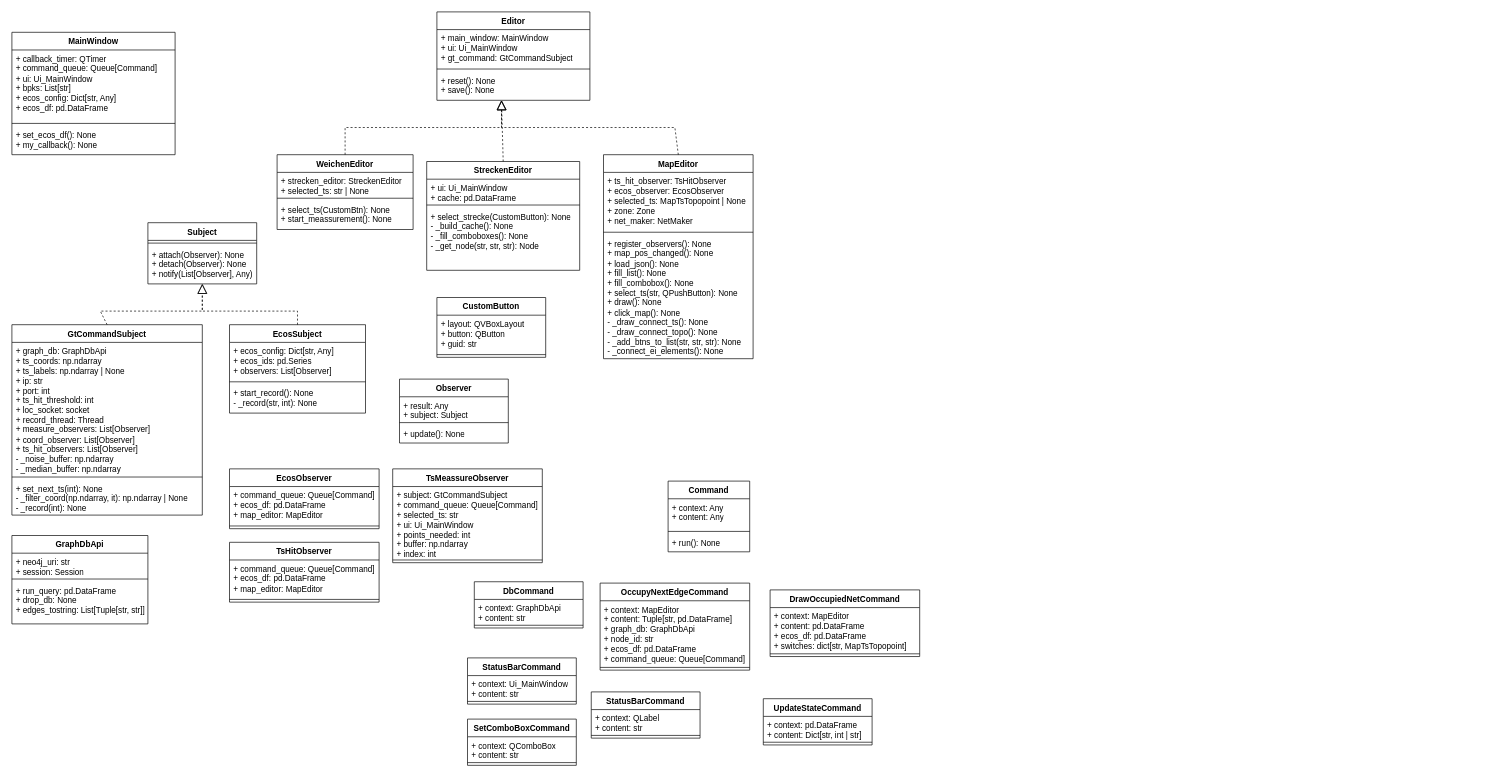
Before: structural/Untitled Diagram.drawio in pascalreiss/draw_io_stuff, a draw.io diagram. Source tidied: cells renumbered, new cells numbered last; positions are measured from the earlier drawing's top-left corner, leaving out a move shared by most shapes. Both pictures are drawn from the tidied source at 68%, with x=0, y=0 at pixel (12, 12).
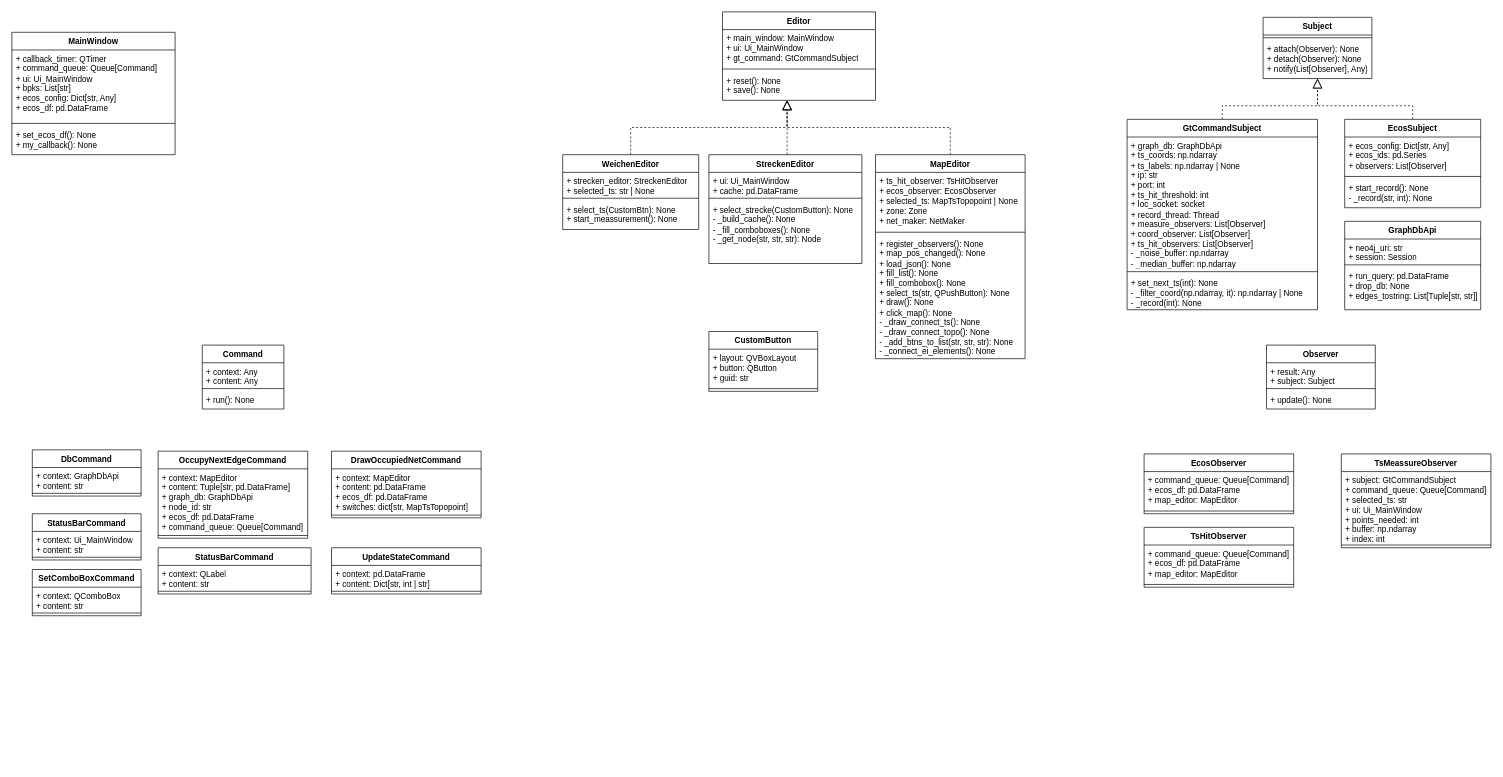
The same page after the edit.

Commit message:
Split into 3 parts to be used in report

Change to the diagram source:
```diff
@@
     <mxCell id="2" value="GraphDbApi" style="swimlane;fontStyle=1;align=center;verticalAlign=top;horizontal=1;startSize=26;whiteSpace=wrap;html=1;" parent="1" vertex="1">
-      <mxGeometry y="770" width="200" height="130" as="geometry" />
+      <mxGeometry x="1960" y="308" width="200" height="130" as="geometry" />
     </mxCell>
@@
     <mxCell id="10" value="Command" style="swimlane;fontStyle=1;align=center;verticalAlign=top;horizontal=1;startSize=26;whiteSpace=wrap;html=1;" parent="1" vertex="1">
-      <mxGeometry x="965" y="690" width="120" height="104" as="geometry" />
+      <mxGeometry x="280" y="490" width="120" height="94" as="geometry" />
     </mxCell>
     <mxCell id="11" value="+ context: Any&lt;br&gt;+ content: Any" style="text;strokeColor=none;fillColor=none;align=left;verticalAlign=top;spacingLeft=4;spacingRight=4;overflow=hidden;whiteSpace=wrap;html=1;" parent="10" vertex="1">
-      <mxGeometry y="26" width="120" height="44" as="geometry" />
+      <mxGeometry y="26" width="120" height="34" as="geometry" />
     </mxCell>
     <mxCell id="12" style="line;strokeWidth=1;fillColor=none;align=left;verticalAlign=middle;spacingTop=-1;spacingLeft=3;spacingRight=3;labelPosition=right;strokeColor=inherit;" parent="10" vertex="1">
-      <mxGeometry y="70" width="120" height="8" as="geometry" />
+      <mxGeometry y="60" width="120" height="8" as="geometry" />
     </mxCell>
     <mxCell id="13" value="+ run(): None" style="text;strokeColor=none;fillColor=none;align=left;verticalAlign=top;spacingLeft=4;spacingRight=4;overflow=hidden;whiteSpace=wrap;html=1;" parent="10" vertex="1">
-      <mxGeometry y="78" width="120" height="26" as="geometry" />
+      <mxGeometry y="68" width="120" height="26" as="geometry" />
     </mxCell>
     <mxCell id="14" value="GtCommandSubject" style="swimlane;fontStyle=1;align=center;verticalAlign=top;horizontal=1;startSize=26;whiteSpace=wrap;html=1;" parent="1" vertex="1">
-      <mxGeometry y="460" width="280" height="280" as="geometry" />
+      <mxGeometry x="1640" y="158" width="280" height="280" as="geometry" />
     </mxCell>
@@
     <mxCell id="18" value="EcosSubject" style="swimlane;fontStyle=1;align=center;verticalAlign=top;horizontal=1;startSize=26;whiteSpace=wrap;html=1;" parent="1" vertex="1">
-      <mxGeometry x="320" y="460" width="200" height="130" as="geometry" />
+      <mxGeometry x="1960" y="158" width="200" height="130" as="geometry" />
     </mxCell>
@@
     <mxCell id="22" value="WeichenEditor" style="swimlane;fontStyle=1;align=center;verticalAlign=top;horizontal=1;startSize=26;whiteSpace=wrap;html=1;" parent="1" vertex="1">
-      <mxGeometry x="390" y="210" width="200" height="110" as="geometry" />
+      <mxGeometry x="810" y="210" width="200" height="110" as="geometry" />
     </mxCell>
@@
     <mxCell id="26" value="MapEditor" style="swimlane;fontStyle=1;align=center;verticalAlign=top;horizontal=1;startSize=26;whiteSpace=wrap;html=1;" parent="1" vertex="1">
-      <mxGeometry x="870" y="210" width="220" height="300" as="geometry" />
+      <mxGeometry x="1270" y="210" width="220" height="300" as="geometry" />
     </mxCell>
@@
     <mxCell id="30" value="StreckenEditor" style="swimlane;fontStyle=1;align=center;verticalAlign=top;horizontal=1;startSize=26;whiteSpace=wrap;html=1;" parent="1" vertex="1">
-      <mxGeometry x="610" y="220" width="225" height="160" as="geometry" />
+      <mxGeometry x="1025" y="210" width="225" height="160" as="geometry" />
     </mxCell>
@@
     <mxCell id="34" value="Subject" style="swimlane;fontStyle=1;align=center;verticalAlign=top;horizontal=1;startSize=26;whiteSpace=wrap;html=1;" parent="1" vertex="1">
-      <mxGeometry x="200" y="310" width="160" height="90" as="geometry" />
+      <mxGeometry x="1840" y="8" width="160" height="90" as="geometry" />
     </mxCell>
@@
     <mxCell id="37" value="Observer" style="swimlane;fontStyle=1;align=center;verticalAlign=top;horizontal=1;startSize=26;whiteSpace=wrap;html=1;" parent="1" vertex="1">
-      <mxGeometry x="570" y="540" width="160" height="94" as="geometry" />
+      <mxGeometry x="1845" y="490" width="160" height="94" as="geometry" />
     </mxCell>
@@
     <mxCell id="41" style="endArrow=block;dashed=1;endFill=0;endSize=12;html=1;rounded=0;exitX=0.5;exitY=0;exitDx=0;exitDy=0;" parent="1" edge="1" source="14">
       <mxGeometry relative="1" as="geometry">
-        <mxPoint x="280" y="400" as="targetPoint" />
+        <mxPoint x="1920" y="98" as="targetPoint" />
         <Array as="points">
-          <mxPoint x="130" y="440" />
-          <mxPoint x="280" y="440" />
+          <mxPoint x="1780" y="138" />
+          <mxPoint x="1920" y="138" />
         </Array>
       </mxGeometry>
     </mxCell>
     <mxCell id="42" style="endArrow=block;dashed=1;endFill=0;endSize=12;html=1;rounded=0;exitX=0.5;exitY=0;exitDx=0;exitDy=0;" parent="1" edge="1" source="18">
       <mxGeometry relative="1" as="geometry">
-        <mxPoint x="280" y="400" as="targetPoint" />
+        <mxPoint x="1920" y="98" as="targetPoint" />
         <Array as="points">
-          <mxPoint x="420" y="440" />
-          <mxPoint x="280" y="440" />
+          <mxPoint x="2060" y="138" />
+          <mxPoint x="1920" y="138" />
         </Array>
       </mxGeometry>
     </mxCell>
     <mxCell id="43" value="Editor" style="swimlane;fontStyle=1;align=center;verticalAlign=top;horizontal=1;startSize=26;whiteSpace=wrap;html=1;" parent="1" vertex="1">
-      <mxGeometry x="625" width="225" height="130" as="geometry" />
+      <mxGeometry x="1045" width="225" height="130" as="geometry" />
     </mxCell>
@@
     <mxCell id="47" style="endArrow=block;dashed=1;endFill=0;endSize=12;html=1;rounded=0;exitX=0.5;exitY=0;exitDx=0;exitDy=0;" parent="1" edge="1" source="22">
       <mxGeometry relative="1" as="geometry">
-        <mxPoint x="720" y="130" as="targetPoint" />
+        <mxPoint x="1140" y="130" as="targetPoint" />
         <Array as="points">
-          <mxPoint x="490" y="170" />
-          <mxPoint x="720" y="170" />
+          <mxPoint x="910" y="170" />
+          <mxPoint x="1140" y="170" />
         </Array>
       </mxGeometry>
     </mxCell>
-    <mxCell id="48" style="endArrow=block;dashed=1;endFill=0;endSize=12;html=1;rounded=0;exitX=0.5;exitY=0;exitDx=0;exitDy=0;" parent="1" edge="1" source="30">
+    <mxCell id="48" style="endArrow=block;dashed=1;endFill=0;endSize=12;html=1;rounded=0;" parent="1" edge="1">
       <mxGeometry relative="1" as="geometry">
-        <mxPoint x="720" y="130" as="targetPoint" />
+        <mxPoint x="1140" y="210" as="sourcePoint" />
+        <mxPoint x="1140" y="130" as="targetPoint" />
       </mxGeometry>
     </mxCell>
     <mxCell id="49" style="endArrow=block;dashed=1;endFill=0;endSize=12;html=1;rounded=0;exitX=0.5;exitY=0;exitDx=0;exitDy=0;" parent="1" edge="1" source="26">
       <mxGeometry relative="1" as="geometry">
-        <mxPoint x="720" y="130" as="targetPoint" />
+        <mxPoint x="1140" y="130" as="targetPoint" />
         <Array as="points">
-          <mxPoint x="975" y="170" />
-          <mxPoint x="720" y="170" />
+          <mxPoint x="1380" y="170" />
+          <mxPoint x="1140" y="170" />
         </Array>
       </mxGeometry>
     </mxCell>
     <mxCell id="50" value="DbCommand" style="swimlane;fontStyle=1;align=center;verticalAlign=top;horizontal=1;startSize=26;whiteSpace=wrap;html=1;" parent="1" vertex="1">
-      <mxGeometry x="680" y="838" width="160" height="68" as="geometry" />
+      <mxGeometry x="30" y="644" width="160" height="68" as="geometry" />
     </mxCell>
@@
     <mxCell id="53" value="OccupyNextEdgeCommand" style="swimlane;fontStyle=1;align=center;verticalAlign=top;horizontal=1;startSize=26;whiteSpace=wrap;html=1;" parent="1" vertex="1">
-      <mxGeometry x="865" y="840" width="220" height="128" as="geometry" />
+      <mxGeometry x="215" y="646" width="220" height="128" as="geometry" />
     </mxCell>
@@
     <mxCell id="56" value="StatusBarCommand" style="swimlane;fontStyle=1;align=center;verticalAlign=top;horizontal=1;startSize=26;whiteSpace=wrap;html=1;" parent="1" vertex="1">
-      <mxGeometry x="670" y="950" width="160" height="68" as="geometry" />
+      <mxGeometry x="30" y="738" width="160" height="68" as="geometry" />
     </mxCell>
@@
     <mxCell id="59" value="StatusBarCommand" style="swimlane;fontStyle=1;align=center;verticalAlign=top;horizontal=1;startSize=26;whiteSpace=wrap;html=1;" parent="1" vertex="1">
-      <mxGeometry x="852" y="1000" width="160" height="68" as="geometry" />
+      <mxGeometry x="215" y="788" width="225" height="68" as="geometry" />
     </mxCell>
     <mxCell id="60" value="+ context: QLabel&lt;br&gt;+ content: str" style="text;strokeColor=none;fillColor=none;align=left;verticalAlign=top;spacingLeft=4;spacingRight=4;overflow=hidden;whiteSpace=wrap;html=1;" parent="59" vertex="1">
-      <mxGeometry y="26" width="160" height="34" as="geometry" />
+      <mxGeometry y="26" width="225" height="34" as="geometry" />
     </mxCell>
     <mxCell id="61" style="line;strokeWidth=1;fillColor=none;align=left;verticalAlign=middle;spacingTop=-1;spacingLeft=3;spacingRight=3;labelPosition=right;strokeColor=inherit;" parent="59" vertex="1">
-      <mxGeometry y="60" width="160" height="8" as="geometry" />
+      <mxGeometry y="60" width="225" height="8" as="geometry" />
     </mxCell>
     <mxCell id="62" value="SetComboBoxCommand" style="swimlane;fontStyle=1;align=center;verticalAlign=top;horizontal=1;startSize=26;whiteSpace=wrap;html=1;" parent="1" vertex="1">
-      <mxGeometry x="670" y="1040" width="160" height="68" as="geometry" />
+      <mxGeometry x="30" y="820" width="160" height="68" as="geometry" />
     </mxCell>
@@
     <mxCell id="65" value="DrawOccupiedNetCommand" style="swimlane;fontStyle=1;align=center;verticalAlign=top;horizontal=1;startSize=26;whiteSpace=wrap;html=1;" parent="1" vertex="1">
-      <mxGeometry x="1115" y="850" width="220" height="98" as="geometry" />
+      <mxGeometry x="470" y="646" width="220" height="98" as="geometry" />
     </mxCell>
@@
     <mxCell id="68" value="UpdateStateCommand" style="swimlane;fontStyle=1;align=center;verticalAlign=top;horizontal=1;startSize=26;whiteSpace=wrap;html=1;" parent="1" vertex="1">
-      <mxGeometry x="1105" y="1010" width="160" height="68" as="geometry" />
+      <mxGeometry x="470" y="788" width="220" height="68" as="geometry" />
     </mxCell>
     <mxCell id="69" value="+ context: pd.DataFrame&lt;br&gt;+ content: Dict[str, int | str]" style="text;strokeColor=none;fillColor=none;align=left;verticalAlign=top;spacingLeft=4;spacingRight=4;overflow=hidden;whiteSpace=wrap;html=1;" parent="68" vertex="1">
-      <mxGeometry y="26" width="160" height="34" as="geometry" />
+      <mxGeometry y="26" width="220" height="34" as="geometry" />
     </mxCell>
     <mxCell id="70" style="line;strokeWidth=1;fillColor=none;align=left;verticalAlign=middle;spacingTop=-1;spacingLeft=3;spacingRight=3;labelPosition=right;strokeColor=inherit;" parent="68" vertex="1">
-      <mxGeometry y="60" width="160" height="8" as="geometry" />
+      <mxGeometry y="60" width="220" height="8" as="geometry" />
     </mxCell>
     <mxCell id="71" value="EcosObserver" style="swimlane;fontStyle=1;align=center;verticalAlign=top;horizontal=1;startSize=26;whiteSpace=wrap;html=1;" parent="1" vertex="1">
-      <mxGeometry x="320" y="672" width="220" height="88" as="geometry" />
+      <mxGeometry x="1665" y="650" width="220" height="88" as="geometry" />
     </mxCell>
@@
     <mxCell id="74" value="TsHitObserver" style="swimlane;fontStyle=1;align=center;verticalAlign=top;horizontal=1;startSize=26;whiteSpace=wrap;html=1;" parent="1" vertex="1">
-      <mxGeometry x="320" y="780" width="220" height="88" as="geometry" />
+      <mxGeometry x="1665" y="758" width="220" height="88" as="geometry" />
     </mxCell>
@@
     <mxCell id="77" value="TsMeassureObserver" style="swimlane;fontStyle=1;align=center;verticalAlign=top;horizontal=1;startSize=26;whiteSpace=wrap;html=1;" parent="1" vertex="1">
-      <mxGeometry x="560" y="672" width="220" height="138" as="geometry" />
+      <mxGeometry x="1955" y="650" width="220" height="138" as="geometry" />
     </mxCell>
@@
     <mxCell id="80" value="CustomButton" style="swimlane;fontStyle=1;align=center;verticalAlign=top;horizontal=1;startSize=26;whiteSpace=wrap;html=1;" parent="1" vertex="1">
-      <mxGeometry x="625" y="420" width="160" height="88" as="geometry" />
+      <mxGeometry x="1025" y="470" width="160" height="88" as="geometry" />
     </mxCell>
```
